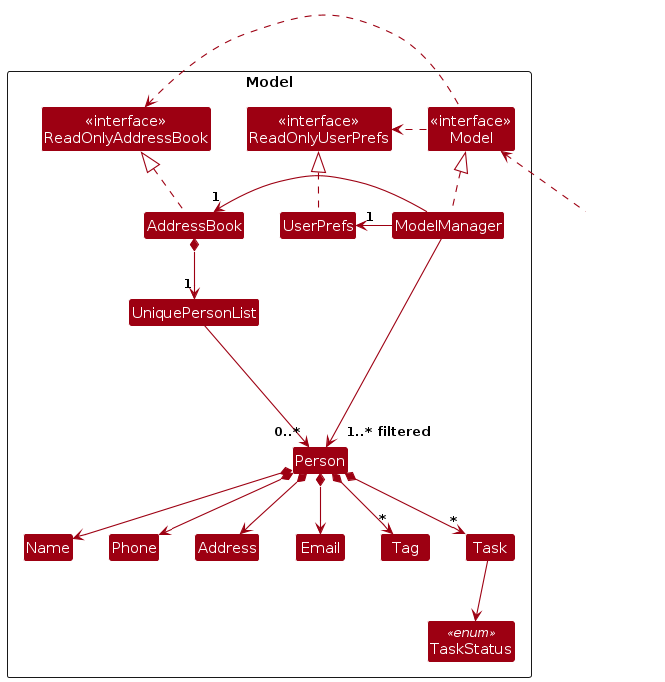
wilsonsfh/tp keeps this PlantUML diagram as diagrams/ModelClassDiagram.png. Above is the earlier version. Its source is kept beside it as diagrams/ModelClassDiagram.puml.
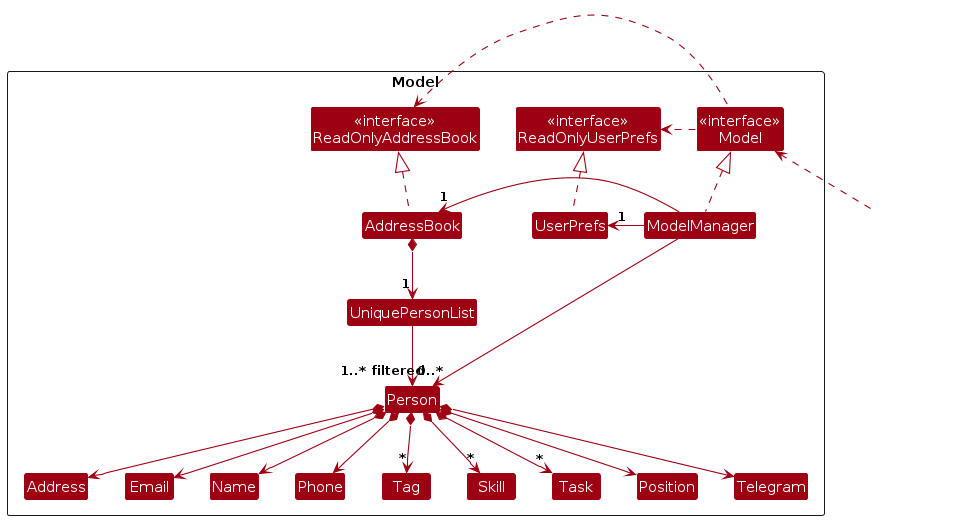
Later version of the same file.

What changed in the source:
```diff
@@ -5,24 +5,28 @@
 skinparam classBackgroundColor MODEL_COLOR
 
 Package Model as ModelPackage <<Rectangle>> {
-Class "<<interface>>\nReadOnlyAddressBook" as ReadOnlyAddressBook
-Class "<<interface>>\nReadOnlyUserPrefs" as ReadOnlyUserPrefs
-Class "<<interface>>\nModel" as Model
-Class AddressBook
-Class ModelManager
-Class UserPrefs
+  Class "<<interface>>\nReadOnlyAddressBook" as ReadOnlyAddressBook
+  Class "<<interface>>\nReadOnlyUserPrefs" as ReadOnlyUserPrefs
+  Class "<<interface>>\nModel" as Model
+  Class AddressBook
+  Class ModelManager
+  Class UserPrefs
 
-Class UniquePersonList
-Class Person
-Class Address
-Class Email
-Class Name
-Class Phone
-Class Tag
-Class Task
-Class TaskStatus <<enum>>
+  Class UniquePersonList
+  Class Person
+  Class Address
+  Class Email
+  Class Name
+  Class Phone
+  Class Tag
+  Class Skill
+  Class Task {
+    - dueDate : LocalDate
+  }
+  Class Position
+  Class Telegram
 
-Class I #FFFFFF
+  Class I #FFFFFF
 }
 
 Class HiddenOutside #FFFFFF
@@ -39,20 +43,17 @@
 
 AddressBook *--> "1" UniquePersonList
 UniquePersonList --> "0..*" Person
+
 Person *--> Name
 Person *--> Phone
 Person *--> Email
 Person *--> Address
 Person *--> "*" Tag
+Person *--> "*" Skill
+Person *--> Position
+Person *--> Telegram
 Person *--> "*" Task
-Task --> TaskStatus
-
-Person -[hidden]up--> I
-UniquePersonList -[hidden]right-> I
-
-Name -[hidden]right-> Phone
-Phone -[hidden]right-> Address
-Address -[hidden]right-> Email
 
 ModelManager --> "1..* filtered" Person
+
 @enduml
```
